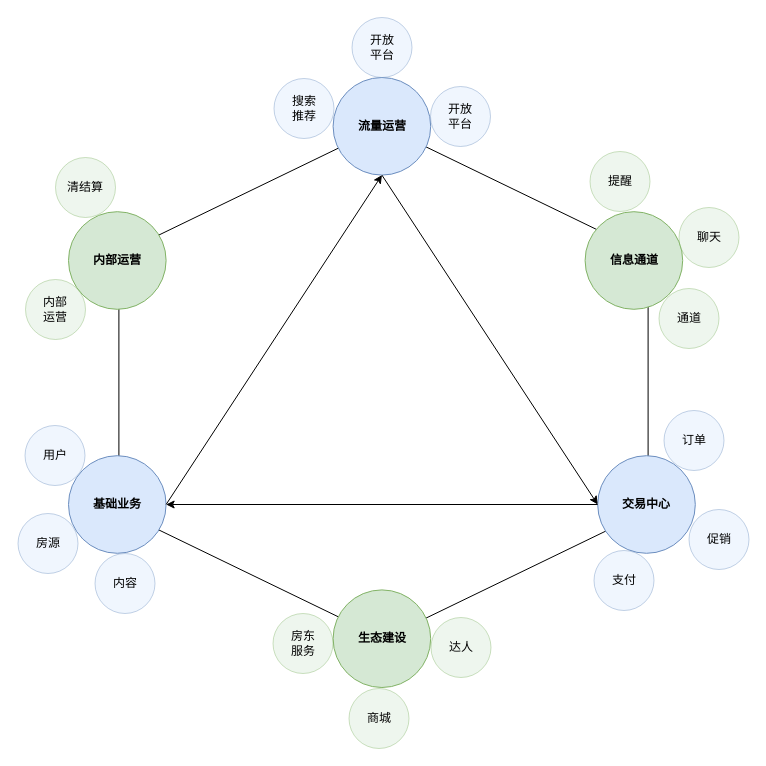
Above: 业务系统.drawio in NonePro/UML (draw.io), before the change. Source tidied: cells renumbered, new cells numbered last; positions are measured from the earlier drawing's top-left corner, leaving out a move shared by most shapes. Both pictures are drawn from the tidied source at 100%, with x=0, y=0 at pixel (18, 17).
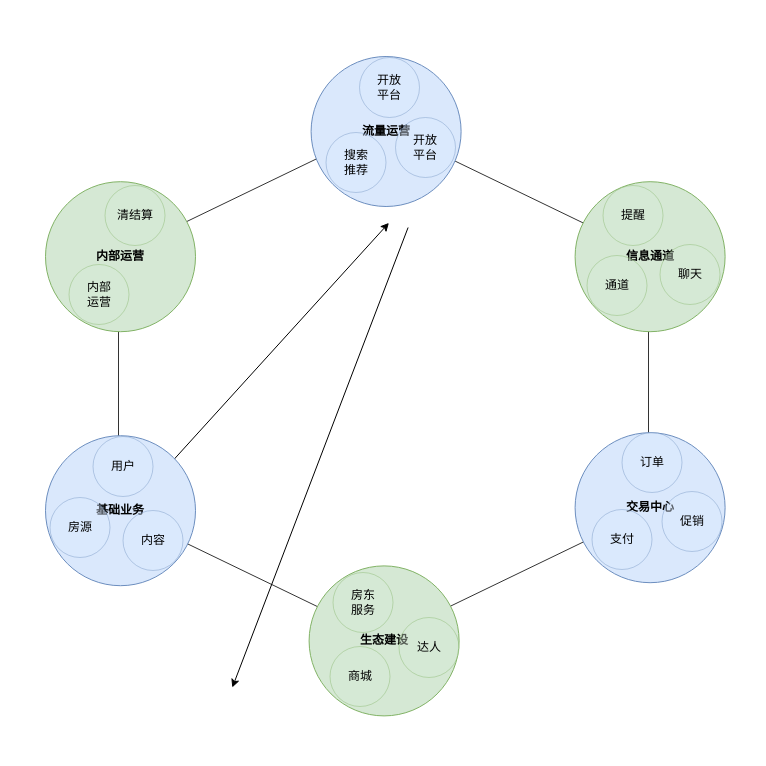
The same diagram, later.

What changed in the source:
```diff
@@
-    <mxCell id="2" style="shape=hexagon;perimeter=hexagonPerimeter2;whiteSpace=wrap;html=1;direction=north;" parent="1" vertex="1">
-      <mxGeometry x="100.4" y="108.8" width="529.2" height="512.4" as="geometry" />
+    <mxCell id="2" style="shape=hexagon;perimeter=hexagonPerimeter2;whiteSpace=wrap;html=1;direction=north;opacity=80;" parent="1" vertex="1">
+      <mxGeometry x="100" y="109" width="530" height="512" as="geometry" />
     </mxCell>
+    <mxCell id="6" style="endArrow=classic;html=1;entryX=0.372;entryY=0.031;entryDx=0;entryDy=0;exitX=0.956;exitY=0.308;exitDx=0;exitDy=0;entryPerimeter=0;exitPerimeter=0;" parent="1" edge="1">
+      <mxGeometry relative="1" as="geometry">
+        <mxPoint x="125.6" y="474.8" as="sourcePoint" />
+        <mxPoint x="370.4" y="205.4" as="targetPoint" />
+      </mxGeometry>
+    </mxCell>
+    <mxCell id="7" style="endArrow=classic;html=1;entryX=0.045;entryY=0.299;entryDx=0;entryDy=0;exitX=0.5;exitY=1;exitDx=0;exitDy=0;entryPerimeter=0;" parent="1" edge="1">
+      <mxGeometry relative="1" as="geometry">
+        <mxPoint x="389.6" y="210" as="sourcePoint" />
+        <mxPoint x="213.8" y="670" as="targetPoint" />
+      </mxGeometry>
+    </mxCell>
+    <mxCell id="9" parent="0" />
-    <mxCell id="3" value="&lt;b&gt;流量运营&lt;/b&gt;" style="ellipse;whiteSpace=wrap;html=1;fillColor=#dae8fc;strokeColor=#6c8ebf;" parent="1" vertex="1">
-      <mxGeometry x="314.6" y="60" width="97.6" height="97.6" as="geometry" />
+    <mxCell id="3" value="&lt;b&gt;流量运营&lt;/b&gt;" style="ellipse;whiteSpace=wrap;html=1;fillColor=#dae8fc;strokeColor=#6c8ebf;flipV=1;" parent="9" vertex="1">
+      <mxGeometry x="292.6" y="39" width="150" height="150" as="geometry" />
     </mxCell>
-    <mxCell id="4" value="&lt;b&gt;基础业务&lt;/b&gt;" style="ellipse;whiteSpace=wrap;html=1;fillColor=#dae8fc;strokeColor=#6c8ebf;" parent="1" vertex="1">
-      <mxGeometry x="50" y="438.2" width="97.6" height="97.6" as="geometry" />
+    <mxCell id="4" value="&lt;b&gt;基础业务&lt;/b&gt;" style="ellipse;whiteSpace=wrap;html=1;fillColor=#dae8fc;strokeColor=#6c8ebf;" parent="9" vertex="1">
+      <mxGeometry x="27" y="418.2" width="150" height="150" as="geometry" />
     </mxCell>
-    <mxCell id="5" value="&lt;b&gt;交易中心&lt;/b&gt;" style="ellipse;whiteSpace=wrap;html=1;fillColor=#dae8fc;strokeColor=#6c8ebf;" parent="1" vertex="1">
-      <mxGeometry x="579.2" y="438.2" width="97.6" height="97.6" as="geometry" />
+    <mxCell id="5" value="&lt;b&gt;交易中心&lt;/b&gt;" style="ellipse;whiteSpace=wrap;html=1;fillColor=#dae8fc;strokeColor=#6c8ebf;" parent="9" vertex="1">
+      <mxGeometry x="556.6" y="415.2" width="150" height="150" as="geometry" />
     </mxCell>
-    <mxCell id="6" style="endArrow=classic;html=1;entryX=0.5;entryY=1;entryDx=0;entryDy=0;exitX=1;exitY=0.5;exitDx=0;exitDy=0;" parent="1" edge="1" source="4" target="3">
-      <mxGeometry relative="1" as="geometry" />
-    </mxCell>
-    <mxCell id="7" style="endArrow=classic;html=1;entryX=0;entryY=0.5;entryDx=0;entryDy=0;exitX=0.5;exitY=1;exitDx=0;exitDy=0;" parent="1" edge="1" source="3" target="5">
-      <mxGeometry relative="1" as="geometry" />
-    </mxCell>
-    <mxCell id="8" style="endArrow=classic;html=1;entryX=1;entryY=0.5;entryDx=0;entryDy=0;exitX=0;exitY=0.5;exitDx=0;exitDy=0;" parent="1" edge="1" source="5" target="4">
-      <mxGeometry relative="1" as="geometry" />
-    </mxCell>
-    <mxCell id="9" parent="0" />
+    <mxCell id="13" parent="0" />
-    <mxCell id="10" value="&lt;b&gt;内部运营&lt;/b&gt;" style="ellipse;whiteSpace=wrap;html=1;fillColor=#d5e8d4;strokeColor=#82b366;" parent="9" vertex="1">
-      <mxGeometry x="50" y="194.2" width="97.6" height="97.6" as="geometry" />
+    <mxCell id="10" value="&lt;b&gt;内部运营&lt;/b&gt;" style="ellipse;whiteSpace=wrap;html=1;fillColor=#d5e8d4;strokeColor=#82b366;" parent="13" vertex="1">
+      <mxGeometry x="27" y="164.2" width="150" height="150" as="geometry" />
     </mxCell>
-    <mxCell id="11" value="&lt;b&gt;信息通道&lt;/b&gt;" style="ellipse;whiteSpace=wrap;html=1;fillColor=#d5e8d4;strokeColor=#82b366;" parent="9" vertex="1">
-      <mxGeometry x="566.6" y="194.2" width="97.6" height="97.6" as="geometry" />
+    <mxCell id="11" value="&lt;b&gt;信息通道&lt;/b&gt;" style="ellipse;whiteSpace=wrap;html=1;fillColor=#d5e8d4;strokeColor=#82b366;" parent="13" vertex="1">
+      <mxGeometry x="556.6" y="164.2" width="150" height="150" as="geometry" />
     </mxCell>
-    <mxCell id="12" value="&lt;b&gt;生态建设&lt;/b&gt;" style="ellipse;whiteSpace=wrap;html=1;fillColor=#d5e8d4;strokeColor=#82b366;" parent="9" vertex="1">
-      <mxGeometry x="314.6" y="572.4" width="97.6" height="97.6" as="geometry" />
+    <mxCell id="12" value="&lt;b&gt;生态建设&lt;/b&gt;" style="ellipse;whiteSpace=wrap;html=1;fillColor=#d5e8d4;strokeColor=#82b366;flipV=1;" parent="13" vertex="1">
+      <mxGeometry x="290.6" y="548.4" width="150" height="150" as="geometry" />
     </mxCell>
-    <mxCell id="13" parent="0" />
@@
     <mxCell id="15" value="清结算" style="ellipse;whiteSpace=wrap;html=1;fillColor=#d5e8d4;strokeColor=#82b366;opacity=40;" parent="14" vertex="1">
-      <mxGeometry x="37" y="140" width="60" height="60" as="geometry" />
+      <mxGeometry x="86.5" y="168" width="60" height="60" as="geometry" />
     </mxCell>
     <mxCell id="16" value="内部&lt;br&gt;运营" style="ellipse;whiteSpace=wrap;html=1;fillColor=#d5e8d4;strokeColor=#82b366;opacity=40;" parent="14" vertex="1">
-      <mxGeometry x="7" y="262" width="60" height="60" as="geometry" />
+      <mxGeometry x="50.5" y="247" width="60" height="60" as="geometry" />
     </mxCell>
     <mxCell id="17" value="开放&lt;br&gt;平台" style="ellipse;whiteSpace=wrap;html=1;fillColor=#dae8fc;strokeColor=#6c8ebf;opacity=40;" parent="14" vertex="1">
-      <mxGeometry x="333.5" width="60" height="60" as="geometry" />
+      <mxGeometry x="341" y="40" width="60" height="60" as="geometry" />
     </mxCell>
     <mxCell id="18" value="房源" style="ellipse;whiteSpace=wrap;html=1;fillColor=#dae8fc;strokeColor=#6c8ebf;opacity=40;" parent="14" vertex="1">
-      <mxGeometry x="-0.5" y="496" width="60" height="60" as="geometry" />
+      <mxGeometry x="31.5" y="480" width="60" height="60" as="geometry" />
     </mxCell>
     <mxCell id="19" value="内容" style="ellipse;whiteSpace=wrap;html=1;fillColor=#dae8fc;strokeColor=#6c8ebf;opacity=40;" parent="14" vertex="1">
-      <mxGeometry x="76.5" y="536" width="60" height="60" as="geometry" />
+      <mxGeometry x="104.5" y="493" width="60" height="60" as="geometry" />
     </mxCell>
     <mxCell id="20" value="商城" style="ellipse;whiteSpace=wrap;html=1;fillColor=#d5e8d4;strokeColor=#82b366;opacity=40;" parent="14" vertex="1">
-      <mxGeometry x="330.5" y="671" width="60" height="60" as="geometry" />
+      <mxGeometry x="311.5" y="629" width="60" height="60" as="geometry" />
     </mxCell>
     <mxCell id="21" value="达人" style="ellipse;whiteSpace=wrap;html=1;fillColor=#d5e8d4;strokeColor=#82b366;opacity=40;" parent="14" vertex="1">
-      <mxGeometry x="412.5" y="600" width="60" height="60" as="geometry" />
+      <mxGeometry x="380.5" y="600" width="60" height="60" as="geometry" />
     </mxCell>
     <mxCell id="22" value="聊天" style="ellipse;whiteSpace=wrap;html=1;fillColor=#d5e8d4;strokeColor=#82b366;opacity=40;" parent="14" vertex="1">
-      <mxGeometry x="660.5" y="190" width="60" height="60" as="geometry" />
+      <mxGeometry x="641.5" y="227" width="60" height="60" as="geometry" />
     </mxCell>
     <mxCell id="23" value="通道" style="ellipse;whiteSpace=wrap;html=1;fillColor=#d5e8d4;strokeColor=#82b366;opacity=40;" parent="14" vertex="1">
-      <mxGeometry x="640.5" y="271" width="60" height="60" as="geometry" />
+      <mxGeometry x="568.5" y="238" width="60" height="60" as="geometry" />
     </mxCell>
     <mxCell id="24" value="订单" style="ellipse;whiteSpace=wrap;html=1;fillColor=#dae8fc;strokeColor=#6c8ebf;opacity=40;" parent="14" vertex="1">
-      <mxGeometry x="645.5" y="393" width="60" height="60" as="geometry" />
+      <mxGeometry x="603.5" y="415" width="60" height="60" as="geometry" />
     </mxCell>
     <mxCell id="25" value="促销" style="ellipse;whiteSpace=wrap;html=1;fillColor=#dae8fc;strokeColor=#6c8ebf;opacity=40;" parent="14" vertex="1">
-      <mxGeometry x="670.5" y="492" width="60" height="60" as="geometry" />
+      <mxGeometry x="643.5" y="474" width="60" height="60" as="geometry" />
     </mxCell>
     <mxCell id="26" value="支付" style="ellipse;whiteSpace=wrap;html=1;fillColor=#dae8fc;strokeColor=#6c8ebf;opacity=40;" parent="14" vertex="1">
-      <mxGeometry x="575.5" y="533" width="60" height="60" as="geometry" />
+      <mxGeometry x="573.5" y="492" width="60" height="60" as="geometry" />
     </mxCell>
     <mxCell id="27" value="开放&lt;br&gt;平台" style="ellipse;whiteSpace=wrap;html=1;fillColor=#dae8fc;strokeColor=#6c8ebf;opacity=40;" parent="14" vertex="1">
-      <mxGeometry x="412" y="69" width="60" height="60" as="geometry" />
+      <mxGeometry x="377" y="100" width="60" height="60" as="geometry" />
     </mxCell>
     <mxCell id="28" value="搜索&lt;br&gt;推荐" style="ellipse;whiteSpace=wrap;html=1;fillColor=#dae8fc;strokeColor=#6c8ebf;opacity=40;" parent="14" vertex="1">
-      <mxGeometry x="255.5" y="61" width="60" height="60" as="geometry" />
+      <mxGeometry x="307.5" y="115" width="60" height="60" as="geometry" />
     </mxCell>
     <mxCell id="29" value="用户" style="ellipse;whiteSpace=wrap;html=1;fillColor=#dae8fc;strokeColor=#6c8ebf;opacity=40;" parent="14" vertex="1">
-      <mxGeometry x="6.5" y="408" width="60" height="60" as="geometry" />
+      <mxGeometry x="74.5" y="419" width="60" height="60" as="geometry" />
     </mxCell>
     <mxCell id="30" value="房东&lt;br&gt;服务" style="ellipse;whiteSpace=wrap;html=1;fillColor=#d5e8d4;strokeColor=#82b366;opacity=40;" parent="14" vertex="1">
-      <mxGeometry x="254.5" y="596" width="60" height="60" as="geometry" />
+      <mxGeometry x="314.5" y="555" width="60" height="60" as="geometry" />
     </mxCell>
     <mxCell id="31" value="提醒" style="ellipse;whiteSpace=wrap;html=1;fillColor=#d5e8d4;strokeColor=#82b366;opacity=40;" parent="14" vertex="1">
-      <mxGeometry x="571.5" y="134" width="60" height="60" as="geometry" />
+      <mxGeometry x="584.5" y="168" width="60" height="60" as="geometry" />
     </mxCell>
```
